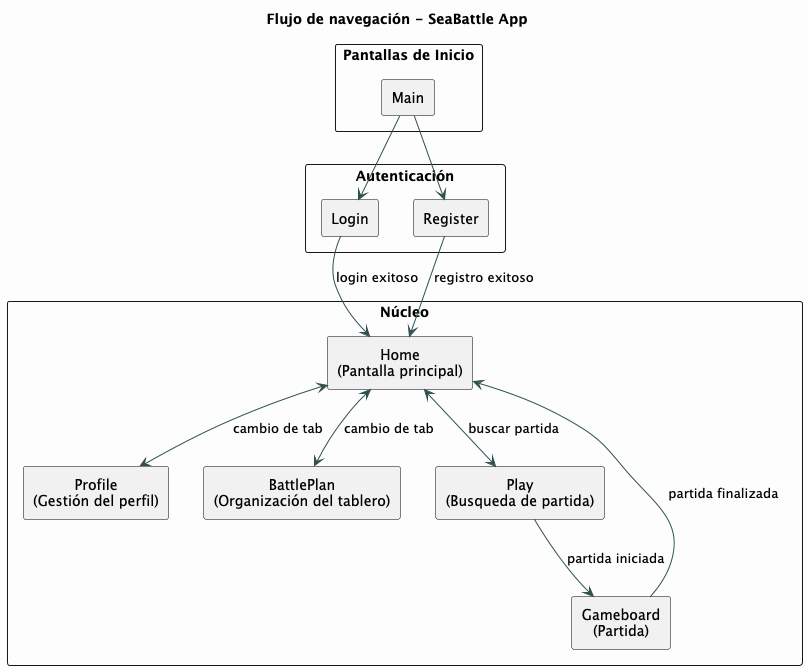
This is planUML/NavDiagram-Flujo_de_navegación___SeaBattle_App.png from DaniAguion/SeaBattle, a PlantUML export, as it was before one commit. The source it was exported from:
```plantuml
@startuml
title Flujo de navegación - SeaBattle App

skinparam componentStyle rectangle
skinparam packageStyle rectangle
skinparam defaultTextAlignment center
skinparam ArrowColor DarkSlateGray
skinparam ComponentBorderColor Black
skinparam BackgroundColor #fdfdfd

package "Pantallas de Inicio" {
    [Main]
}

package "Autenticación" {
    [Login]
    [Register]
}

package "Núcleo" {
    component "Home\n(Pantalla principal)" as Home
    component "Profile\n(Gestión del perfil)" as Profile
    component "BattlePlan\n(Organización del tablero)" as BattlePlan
    component "Play\n(Busqueda de partida)" as Play
    component "Gameboard\n(Partida)" as Gameboard
}

Main --> Login
Main --> Register

Login --> Home : login exitoso
Register --> Home : registro exitoso

Home <--> Play : buscar partida
Home <--> BattlePlan : cambio de tab
Home <--> Profile : cambio de tab

Play --> Gameboard : partida iniciada
Gameboard --> Home : partida finalizada

@enduml
```
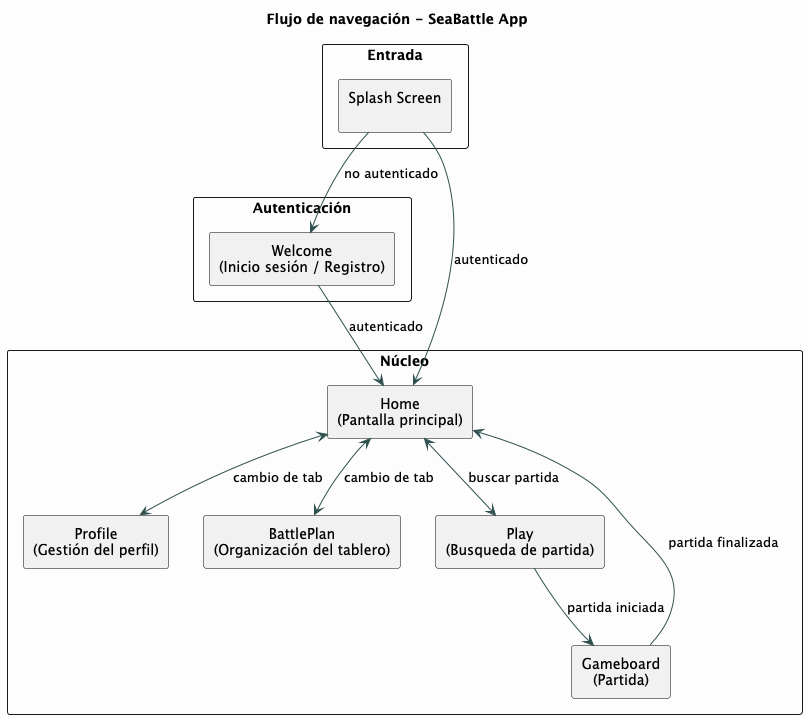
After the change.

Commit message:
Implementing TabBar, deciding if its neccesary one tab bar for each screen

Change to the diagram source:
```diff
@@ -8,13 +8,12 @@
 skinparam ComponentBorderColor Black
 skinparam BackgroundColor #fdfdfd
 
-package "Pantallas de Inicio" {
-    [Main]
+package "Entrada" {
+    component "Splash Screen\n" as SplashScreen
 }
 
 package "Autenticación" {
-    [Login]
-    [Register]
+    component "Welcome\n(Inicio sesión / Registro)" as Welcome
 }
 
 package "Núcleo" {
@@ -25,11 +24,10 @@
     component "Gameboard\n(Partida)" as Gameboard
 }
 
-Main --> Login
-Main --> Register
+SplashScreen --> Welcome : no autenticado
+SplashScreen --> Home : autenticado
 
-Login --> Home : login exitoso
-Register --> Home : registro exitoso
+Welcome --> Home : autenticado
 
 Home <--> Play : buscar partida
 Home <--> BattlePlan : cambio de tab
```
